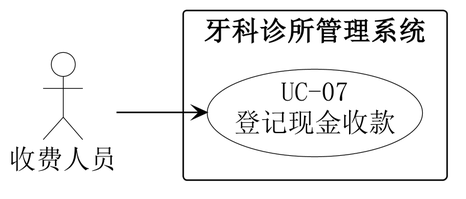
Before: 01-需求文档/diagrams/07-07-system-use-case.png, a diagram exported from PlantUML (Shawmc-creator/systemAnalyseAndDesign). Source of this version:
```plantuml
@startuml
left to right direction
skinparam backgroundColor white
skinparam shadowing false
skinparam defaultFontName SimSun
skinparam defaultFontSize 18
skinparam dpi 240
skinparam ArrowColor black
skinparam actor {
 BorderColor black
 BackgroundColor white
}
skinparam usecase {
 BorderColor black
 BackgroundColor white
}
skinparam rectangle {
 BorderColor black
 BackgroundColor white
}
actor "收费人员" as A
rectangle "牙科诊所管理系统" {
 usecase "UC-07\n登记现金收款" as U
}
A --> U
@enduml
```
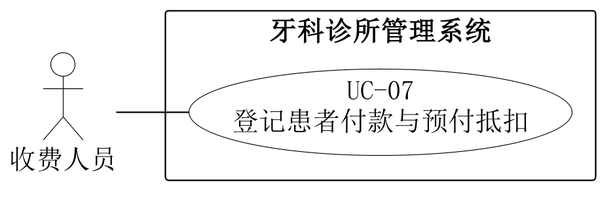
The same file after the commit.

Diff of the diagram source:
```diff
@@ -1,11 +1,12 @@
 @startuml
-left to right direction
 skinparam backgroundColor white
 skinparam shadowing false
 skinparam defaultFontName SimSun
 skinparam defaultFontSize 18
-skinparam dpi 240
+skinparam dpi 220
 skinparam ArrowColor black
+skinparam nodesep 22
+skinparam ranksep 48
 skinparam actor {
  BorderColor black
  BackgroundColor white
@@ -18,9 +19,11 @@
  BorderColor black
  BackgroundColor white
 }
-actor "收费人员" as A
+left to right direction
+actor "收费人员" as A0
 rectangle "牙科诊所管理系统" {
- usecase "UC-07\n登记现金收款" as U
+ usecase "UC-07\n登记患者付款与预付抵扣" as U
 }
-A --> U
+A0 -- U
+
 @enduml
```
